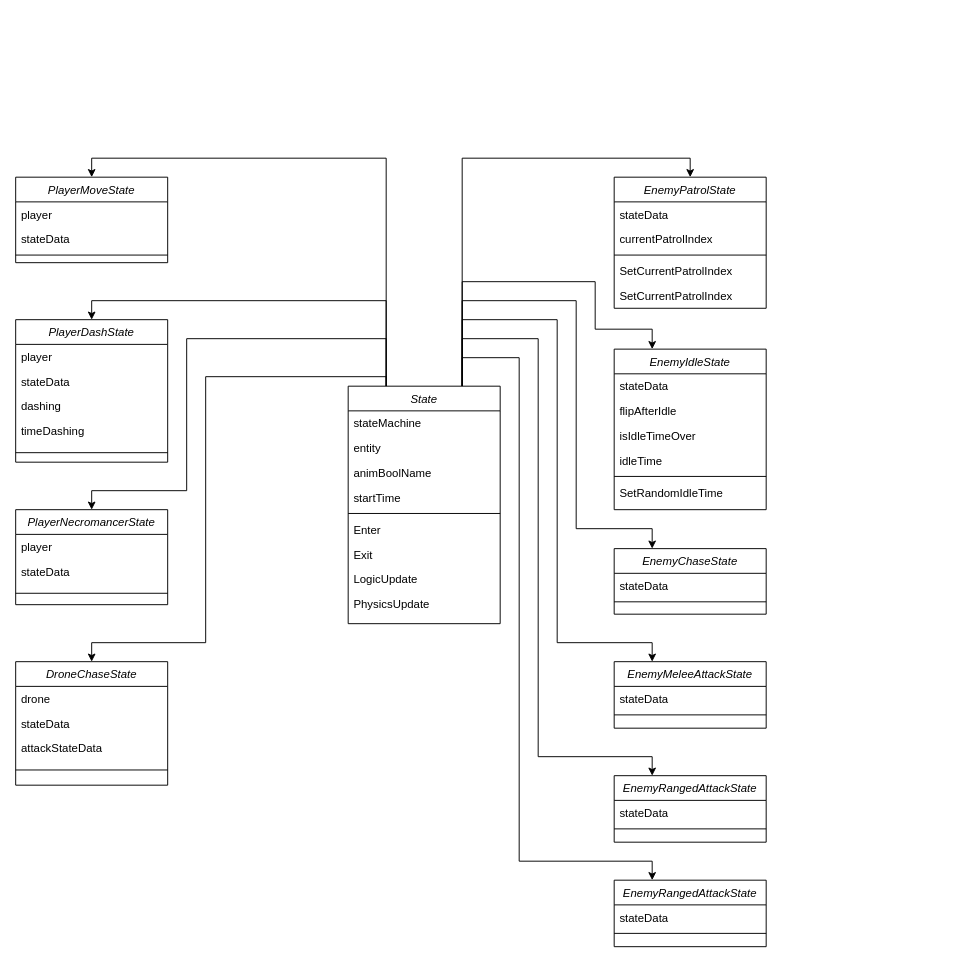
Before: Powerless-ImportantFiles/Schemes/States.drawio in Tomas-Simoes/AspectOfLight-Repository, a draw.io diagram. Source tidied: cells renumbered, new cells numbered last; positions are measured from the earlier drawing's top-left corner, leaving out a move shared by most shapes. Both pictures are drawn from the tidied source at 95%, with x=0, y=0 at pixel (15, 177).
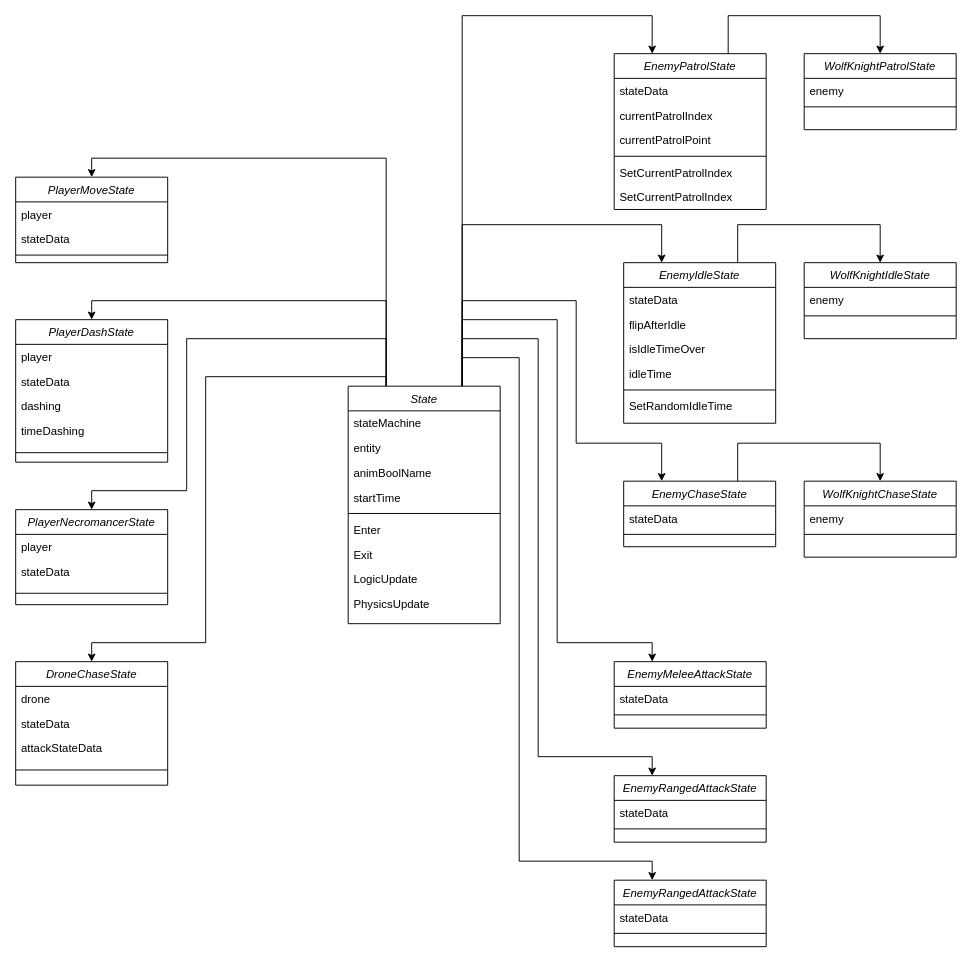
The same diagram, later.

Unchanged cells that the change refers to:
```xml
<mxCell id="12" value="State" style="swimlane;fontStyle=2;align=center;verticalAlign=top;horizontal=1;startSize=26;rounded=0;shadow=0;strokeWidth=1;" parent="1" vertex="1">
  <mxGeometry x="350" y="220" width="160" height="250" as="geometry" />
</mxCell>
```

What changed in the source:
```diff
@@
-    <mxCell id="6" style="edgeStyle=orthogonalEdgeStyle;rounded=0;jettySize=auto;html=1;exitX=0.75;exitY=0;exitDx=0;exitDy=0;entryX=0.5;entryY=0;entryDx=0;entryDy=0;" parent="1" edge="1" source="12" target="41">
-      <mxGeometry relative="1" as="geometry" />
+    <mxCell id="6" style="edgeStyle=orthogonalEdgeStyle;rounded=0;jettySize=auto;html=1;exitX=0.75;exitY=0;exitDx=0;exitDy=0;entryX=0.25;entryY=0;entryDx=0;entryDy=0;" parent="1" edge="1" source="12" target="41">
+      <mxGeometry relative="1" as="geometry">
+        <Array as="points">
+          <mxPoint x="470" y="-170" />
+          <mxPoint x="670" y="-170" />
+        </Array>
+      </mxGeometry>
     </mxCell>
-    <mxCell id="7" style="edgeStyle=orthogonalEdgeStyle;rounded=0;jettySize=auto;html=1;exitX=0.75;exitY=0;exitDx=0;exitDy=0;entryX=0.25;entryY=0;entryDx=0;entryDy=0;" parent="1" edge="1" source="12" target="47">
+    <mxCell id="7" style="edgeStyle=orthogonalEdgeStyle;rounded=0;jettySize=auto;html=1;exitX=0.75;exitY=0;exitDx=0;exitDy=0;" parent="1" edge="1" source="12">
       <mxGeometry relative="1" as="geometry">
+        <mxPoint x="680" y="90" as="targetPoint" />
         <Array as="points">
-          <mxPoint x="470" y="110" />
-          <mxPoint x="610" y="110" />
-          <mxPoint x="610" y="160" />
-          <mxPoint x="670" y="160" />
+          <mxPoint x="470" y="50" />
+          <mxPoint x="680" y="50" />
         </Array>
       </mxGeometry>
     </mxCell>
     <mxCell id="8" style="edgeStyle=orthogonalEdgeStyle;rounded=0;jettySize=auto;html=1;exitX=0.75;exitY=0;exitDx=0;exitDy=0;entryX=0.25;entryY=0;entryDx=0;entryDy=0;" parent="1" edge="1" source="12" target="54">
       <mxGeometry relative="1" as="geometry">
         <Array as="points">
           <mxPoint x="470" y="130" />
           <mxPoint x="590" y="130" />
-          <mxPoint x="590" y="370" />
-          <mxPoint x="670" y="370" />
+          <mxPoint x="590" y="280" />
+          <mxPoint x="680" y="280" />
         </Array>
       </mxGeometry>
     </mxCell>
@@
+    <mxCell id="66" style="edgeStyle=orthogonalEdgeStyle;rounded=0;jettySize=auto;html=1;exitX=0.75;exitY=0;exitDx=0;exitDy=0;entryX=0.5;entryY=0;entryDx=0;entryDy=0;" parent="1" edge="1" source="41" target="70">
+      <mxGeometry relative="1" as="geometry">
+        <Array as="points">
+          <mxPoint x="750" y="-170" />
+          <mxPoint x="910" y="-170" />
+        </Array>
+      </mxGeometry>
+    </mxCell>
     <mxCell id="41" value="EnemyPatrolState" style="swimlane;fontStyle=2;align=center;verticalAlign=top;horizontal=1;startSize=26;rounded=0;shadow=0;strokeWidth=1;" parent="1" vertex="1">
-      <mxGeometry x="630" width="160" height="138" as="geometry" />
+      <mxGeometry x="630" y="-130" width="160" height="164" as="geometry" />
     </mxCell>
@@
+    <mxCell id="67" value="currentPatrolPoint" style="text;align=left;verticalAlign=top;spacingLeft=4;spacingRight=4;overflow=hidden;rounded=0;shadow=0;html=0;" parent="41" vertex="1">
+      <mxGeometry y="78" width="160" height="26" as="geometry" />
+    </mxCell>
     <mxCell id="44" style="line;html=1;strokeWidth=1;align=left;verticalAlign=middle;spacingTop=-1;spacingLeft=3;spacingRight=3;labelPosition=right;" parent="41" vertex="1">
-      <mxGeometry y="78" width="160" height="8" as="geometry" />
+      <mxGeometry y="104" width="160" height="8" as="geometry" />
     </mxCell>
     <mxCell id="45" value="SetCurrentPatrolIndex" style="text;align=left;verticalAlign=top;spacingLeft=4;spacingRight=4;overflow=hidden;rounded=0;shadow=0;html=0;" parent="41" vertex="1">
-      <mxGeometry y="86" width="160" height="26" as="geometry" />
+      <mxGeometry y="112" width="160" height="26" as="geometry" />
     </mxCell>
     <mxCell id="46" value="SetCurrentPatrolIndex" style="text;align=left;verticalAlign=top;spacingLeft=4;spacingRight=4;overflow=hidden;rounded=0;shadow=0;html=0;" parent="41" vertex="1">
-      <mxGeometry y="112" width="160" height="26" as="geometry" />
+      <mxGeometry y="138" width="160" height="26" as="geometry" />
     </mxCell>
+    <mxCell id="68" style="edgeStyle=orthogonalEdgeStyle;rounded=0;jettySize=auto;html=1;exitX=0.75;exitY=0;exitDx=0;exitDy=0;entryX=0.5;entryY=0;entryDx=0;entryDy=0;" parent="1" edge="1" source="47" target="73">
+      <mxGeometry relative="1" as="geometry">
+        <Array as="points">
+          <mxPoint x="760" y="50" />
+          <mxPoint x="910" y="50" />
+        </Array>
+      </mxGeometry>
+    </mxCell>
     <mxCell id="47" value="EnemyIdleState" style="swimlane;fontStyle=2;align=center;verticalAlign=top;horizontal=1;startSize=26;rounded=0;shadow=0;strokeWidth=1;" parent="1" vertex="1">
-      <mxGeometry x="630" y="181" width="160" height="169" as="geometry" />
+      <mxGeometry x="640" y="90" width="160" height="169" as="geometry" />
     </mxCell>
@@
+    <mxCell id="69" style="edgeStyle=orthogonalEdgeStyle;rounded=0;jettySize=auto;html=1;exitX=0.75;exitY=0;exitDx=0;exitDy=0;entryX=0.5;entryY=0;entryDx=0;entryDy=0;" parent="1" edge="1" source="54" target="76">
+      <mxGeometry relative="1" as="geometry">
+        <Array as="points">
+          <mxPoint x="760" y="280" />
+          <mxPoint x="910" y="280" />
+        </Array>
+      </mxGeometry>
+    </mxCell>
     <mxCell id="54" value="EnemyChaseState" style="swimlane;fontStyle=2;align=center;verticalAlign=top;horizontal=1;startSize=26;rounded=0;shadow=0;strokeWidth=1;" parent="1" vertex="1">
-      <mxGeometry x="630" y="391" width="160" height="69" as="geometry" />
+      <mxGeometry x="640" y="320" width="160" height="69" as="geometry" />
     </mxCell>
@@
+    <mxCell id="70" value="WolfKnightPatrolState" style="swimlane;fontStyle=2;align=center;verticalAlign=top;horizontal=1;startSize=26;rounded=0;shadow=0;strokeWidth=1;" parent="1" vertex="1">
+      <mxGeometry x="830" y="-130" width="160" height="80" as="geometry" />
+    </mxCell>
+    <mxCell id="71" value="enemy" style="text;align=left;verticalAlign=top;spacingLeft=4;spacingRight=4;overflow=hidden;rounded=0;shadow=0;html=0;" parent="70" vertex="1">
+      <mxGeometry y="26" width="160" height="26" as="geometry" />
+    </mxCell>
+    <mxCell id="72" style="line;html=1;strokeWidth=1;align=left;verticalAlign=middle;spacingTop=-1;spacingLeft=3;spacingRight=3;labelPosition=right;" parent="70" vertex="1">
+      <mxGeometry y="52" width="160" height="8" as="geometry" />
+    </mxCell>
+    <mxCell id="73" value="WolfKnightIdleState" style="swimlane;fontStyle=2;align=center;verticalAlign=top;horizontal=1;startSize=26;rounded=0;shadow=0;strokeWidth=1;" parent="1" vertex="1">
+      <mxGeometry x="830" y="90" width="160" height="80" as="geometry" />
+    </mxCell>
+    <mxCell id="74" value="enemy" style="text;align=left;verticalAlign=top;spacingLeft=4;spacingRight=4;overflow=hidden;rounded=0;shadow=0;html=0;" parent="73" vertex="1">
+      <mxGeometry y="26" width="160" height="26" as="geometry" />
+    </mxCell>
+    <mxCell id="75" style="line;html=1;strokeWidth=1;align=left;verticalAlign=middle;spacingTop=-1;spacingLeft=3;spacingRight=3;labelPosition=right;" parent="73" vertex="1">
+      <mxGeometry y="52" width="160" height="8" as="geometry" />
+    </mxCell>
+    <mxCell id="76" value="WolfKnightChaseState" style="swimlane;fontStyle=2;align=center;verticalAlign=top;horizontal=1;startSize=26;rounded=0;shadow=0;strokeWidth=1;" parent="1" vertex="1">
+      <mxGeometry x="830" y="320" width="160" height="80" as="geometry" />
+    </mxCell>
+    <mxCell id="77" value="enemy" style="text;align=left;verticalAlign=top;spacingLeft=4;spacingRight=4;overflow=hidden;rounded=0;shadow=0;html=0;" parent="76" vertex="1">
+      <mxGeometry y="26" width="160" height="26" as="geometry" />
+    </mxCell>
+    <mxCell id="78" style="line;html=1;strokeWidth=1;align=left;verticalAlign=middle;spacingTop=-1;spacingLeft=3;spacingRight=3;labelPosition=right;" parent="76" vertex="1">
+      <mxGeometry y="52" width="160" height="8" as="geometry" />
+    </mxCell>
```
